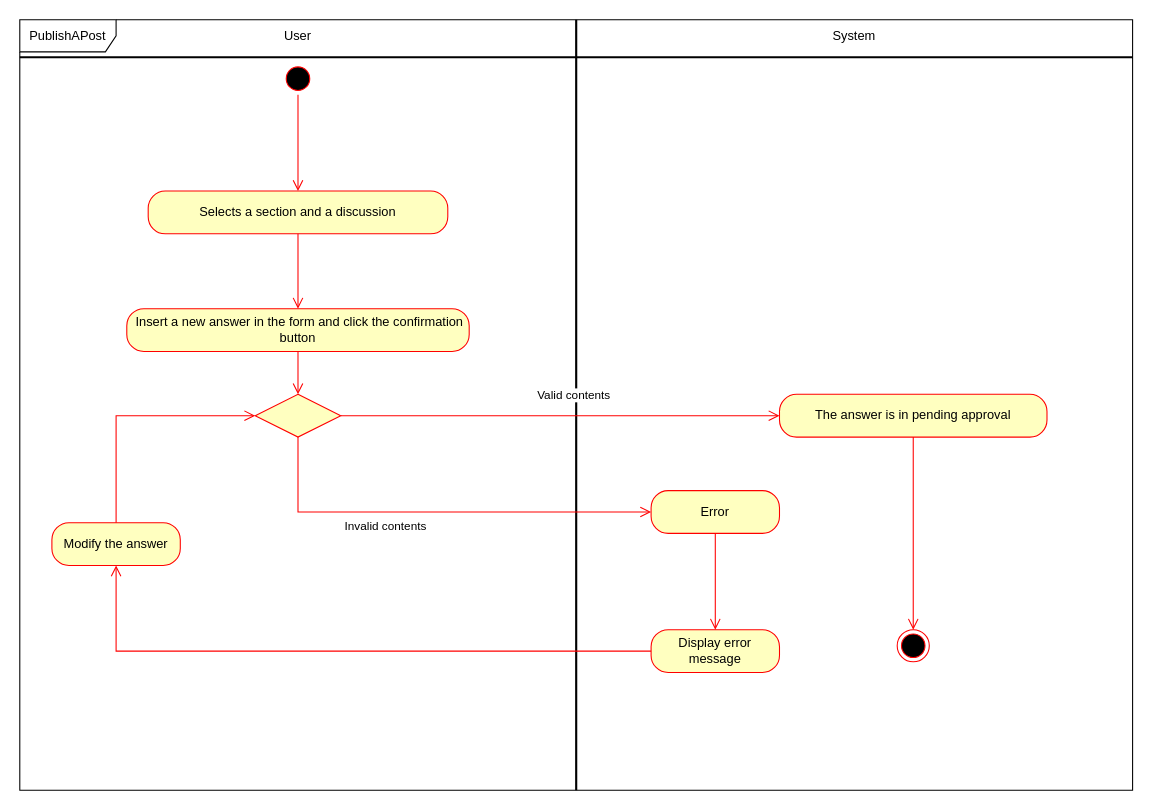
Earlier version of the draw.io diagram page "PublishAPost" (3 of 4) of User.drawio (matteovisotto/SE2-CecchettoSirianiVisotto). Source tidied: cells renumbered, new cells numbered last; positions are measured from the earlier drawing's top-left corner, leaving out a move shared by most shapes. Both pictures are drawn from the tidied source at 107%, with x=0, y=0 at pixel (19, 19).
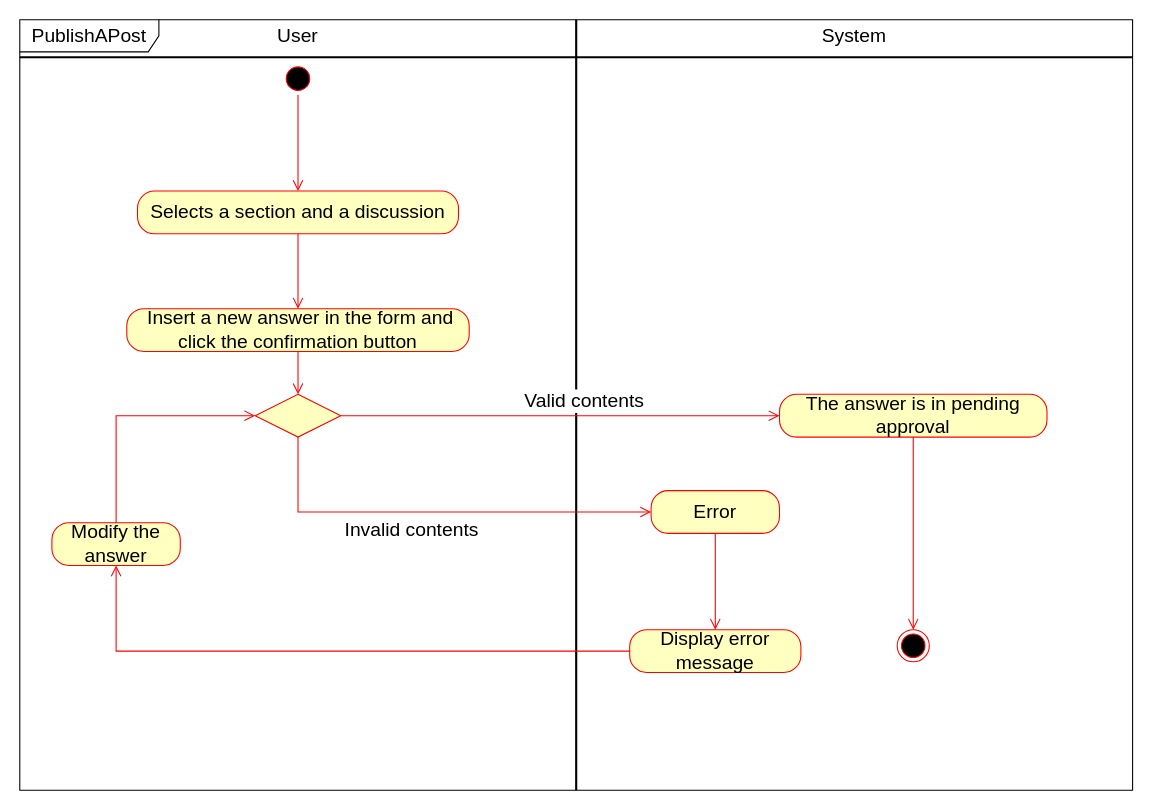
The same page after the edit.

Unchanged cells that the change refers to:
```xml
<mxCell id="8" style="rhombus;whiteSpace=wrap;html=1;fillColor=#ffffc0;strokeColor=#ff0000;" parent="1" vertex="1">
  <mxGeometry x="220" y="350" width="80" height="40" as="geometry" />
</mxCell>
```

What changed in the source:
```diff
@@
-    <mxCell id="2" value="PublishAPost" style="shape=umlFrame;whiteSpace=wrap;html=1;width=90;height=30;" parent="1" vertex="1">
+    <mxCell id="2" value="&lt;font style=&quot;font-size: 18px&quot;&gt;PublishAPost&lt;/font&gt;" style="shape=umlFrame;whiteSpace=wrap;html=1;width=130;height=30;" parent="1" vertex="1">
       <mxGeometry width="1040" height="720" as="geometry" />
     </mxCell>
@@
-    <mxCell id="6" value="&amp;nbsp;Insert a new answer in the form and click the confirmation button" style="rounded=1;whiteSpace=wrap;html=1;arcSize=40;fontColor=#000000;fillColor=#ffffc0;strokeColor=#ff0000;" parent="1" vertex="1">
+    <mxCell id="6" value="&lt;font style=&quot;font-size: 18px&quot;&gt;&amp;nbsp;Insert a new answer in the form and click the confirmation button&lt;/font&gt;" style="rounded=1;whiteSpace=wrap;html=1;arcSize=40;fontColor=#000000;fillColor=#ffffc0;strokeColor=#ff0000;" parent="1" vertex="1">
       <mxGeometry x="100" y="270" width="320" height="40" as="geometry" />
     </mxCell>
@@
-    <mxCell id="9" value="Valid contents" style="edgeStyle=orthogonalEdgeStyle;html=1;align=left;verticalAlign=bottom;endArrow=open;endSize=8;strokeColor=#ff0000;rounded=0;" parent="1" edge="1" source="8" target="11">
-      <mxGeometry x="-0.11" y="10" relative="1" as="geometry" />
+    <mxCell id="9" value="&lt;font style=&quot;font-size: 18px&quot;&gt;Valid contents&lt;/font&gt;" style="edgeStyle=orthogonalEdgeStyle;html=1;align=left;verticalAlign=bottom;endArrow=open;endSize=8;strokeColor=#ff0000;rounded=0;" parent="1" edge="1" source="8" target="11">
+      <mxGeometry x="-0.17" relative="1" as="geometry" />
     </mxCell>
-    <mxCell id="10" value="Invalid contents" style="edgeStyle=orthogonalEdgeStyle;html=1;align=left;verticalAlign=top;endArrow=open;endSize=8;strokeColor=#ff0000;rounded=0;" parent="1" edge="1" source="8" target="19">
+    <mxCell id="10" value="&lt;font style=&quot;font-size: 18px&quot;&gt;Invalid contents&lt;/font&gt;" style="edgeStyle=orthogonalEdgeStyle;html=1;align=left;verticalAlign=top;endArrow=open;endSize=8;strokeColor=#ff0000;rounded=0;" parent="1" edge="1" source="8" target="19">
       <mxGeometry x="-0.44" relative="1" as="geometry">
         <Array as="points">
           <mxPoint x="260" y="460" />
         </Array>
       </mxGeometry>
     </mxCell>
-    <mxCell id="11" value="The answer is in pending approval" style="rounded=1;whiteSpace=wrap;html=1;arcSize=40;fontColor=#000000;fillColor=#ffffc0;strokeColor=#ff0000;" parent="1" vertex="1">
+    <mxCell id="11" value="&lt;font style=&quot;font-size: 18px&quot;&gt;The answer is in pending approval&lt;/font&gt;" style="rounded=1;whiteSpace=wrap;html=1;arcSize=40;fontColor=#000000;fillColor=#ffffc0;strokeColor=#ff0000;" parent="1" vertex="1">
       <mxGeometry x="710" y="350" width="250" height="40" as="geometry" />
     </mxCell>
@@
-    <mxCell id="15" value="User" style="text;html=1;strokeColor=none;fillColor=none;align=center;verticalAlign=middle;whiteSpace=wrap;rounded=0;" parent="1" vertex="1">
+    <mxCell id="15" value="&lt;font style=&quot;font-size: 18px&quot;&gt;User&lt;/font&gt;" style="text;html=1;strokeColor=none;fillColor=none;align=center;verticalAlign=middle;whiteSpace=wrap;rounded=0;" parent="1" vertex="1">
       <mxGeometry x="205" width="110" height="30" as="geometry" />
     </mxCell>
-    <mxCell id="16" value="System" style="text;html=1;strokeColor=none;fillColor=none;align=center;verticalAlign=middle;whiteSpace=wrap;rounded=0;" parent="1" vertex="1">
+    <mxCell id="16" value="&lt;font style=&quot;font-size: 18px&quot;&gt;System&lt;/font&gt;" style="text;html=1;strokeColor=none;fillColor=none;align=center;verticalAlign=middle;whiteSpace=wrap;rounded=0;" parent="1" vertex="1">
       <mxGeometry x="750" width="60" height="30" as="geometry" />
     </mxCell>
-    <mxCell id="17" value="Display error message" style="rounded=1;whiteSpace=wrap;html=1;arcSize=40;fontColor=#000000;fillColor=#ffffc0;strokeColor=#ff0000;" parent="1" vertex="1">
-      <mxGeometry x="590" y="570" width="120" height="40" as="geometry" />
+    <mxCell id="17" value="&lt;font style=&quot;font-size: 18px&quot;&gt;Display error message&lt;/font&gt;" style="rounded=1;whiteSpace=wrap;html=1;arcSize=40;fontColor=#000000;fillColor=#ffffc0;strokeColor=#ff0000;" parent="1" vertex="1">
+      <mxGeometry x="570" y="570" width="160" height="40" as="geometry" />
     </mxCell>
@@
-    <mxCell id="19" value="Error" style="rounded=1;whiteSpace=wrap;html=1;arcSize=40;fontColor=#000000;fillColor=#ffffc0;strokeColor=#ff0000;" parent="1" vertex="1">
+    <mxCell id="19" value="&lt;font style=&quot;font-size: 18px&quot;&gt;Error&lt;/font&gt;" style="rounded=1;whiteSpace=wrap;html=1;arcSize=40;fontColor=#000000;fillColor=#ffffc0;strokeColor=#ff0000;" parent="1" vertex="1">
       <mxGeometry x="590" y="440" width="120" height="40" as="geometry" />
     </mxCell>
@@
-    <mxCell id="21" value="Selects a section and a discussion" style="rounded=1;whiteSpace=wrap;html=1;arcSize=40;fontColor=#000000;fillColor=#ffffc0;strokeColor=#ff0000;" parent="1" vertex="1">
-      <mxGeometry x="120" y="160" width="280" height="40" as="geometry" />
+    <mxCell id="21" value="&lt;font style=&quot;font-size: 18px&quot;&gt;Selects a section and a discussion&lt;/font&gt;" style="rounded=1;whiteSpace=wrap;html=1;arcSize=40;fontColor=#000000;fillColor=#ffffc0;strokeColor=#ff0000;" parent="1" vertex="1">
+      <mxGeometry x="110" y="160" width="300" height="40" as="geometry" />
     </mxCell>
@@
-    <mxCell id="23" value="Modify the answer" style="rounded=1;whiteSpace=wrap;html=1;arcSize=40;fontColor=#000000;fillColor=#ffffc0;strokeColor=#ff0000;" parent="1" vertex="1">
+    <mxCell id="23" value="&lt;font style=&quot;font-size: 18px&quot;&gt;Modify the answer&lt;/font&gt;" style="rounded=1;whiteSpace=wrap;html=1;arcSize=40;fontColor=#000000;fillColor=#ffffc0;strokeColor=#ff0000;" parent="1" vertex="1">
       <mxGeometry x="30" y="470" width="120" height="40" as="geometry" />
     </mxCell>
```
